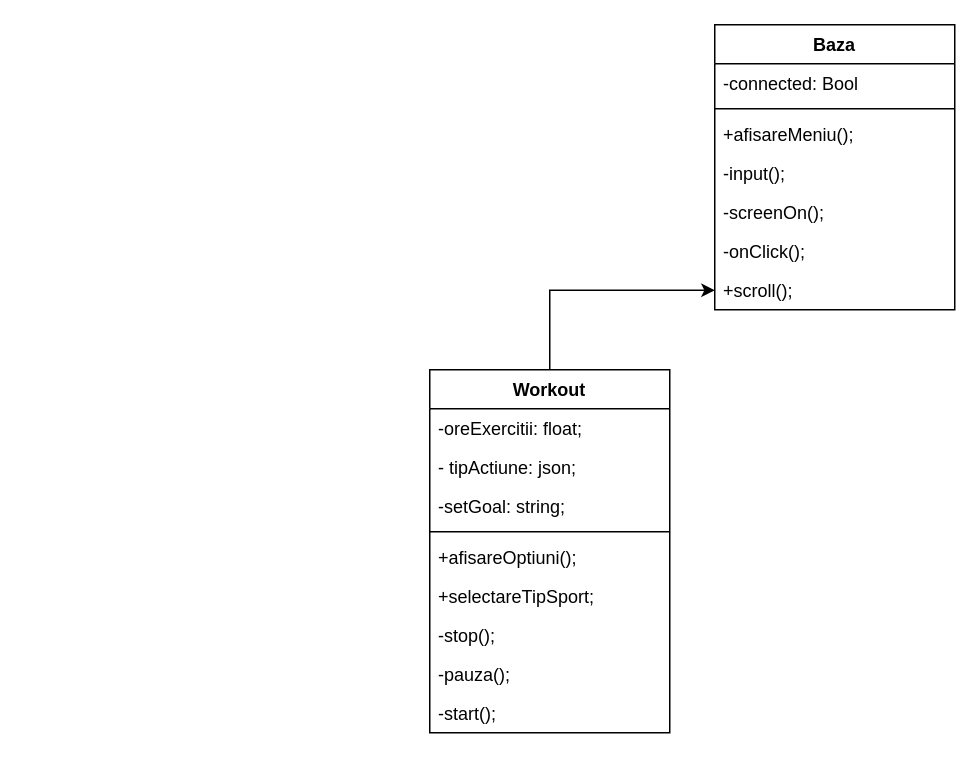
This is Laboratorul 5/Untitled Diagram.drawio from Viezurelezob/Ingineria-programelor, a draw.io file, before an edit. Source tidied: cells renumbered, new cells numbered last; positions are measured from the earlier drawing's top-left corner, leaving out a move shared by most shapes. Both pictures are drawn from the tidied source at 150%, with x=0, y=0 at pixel (429, 24).
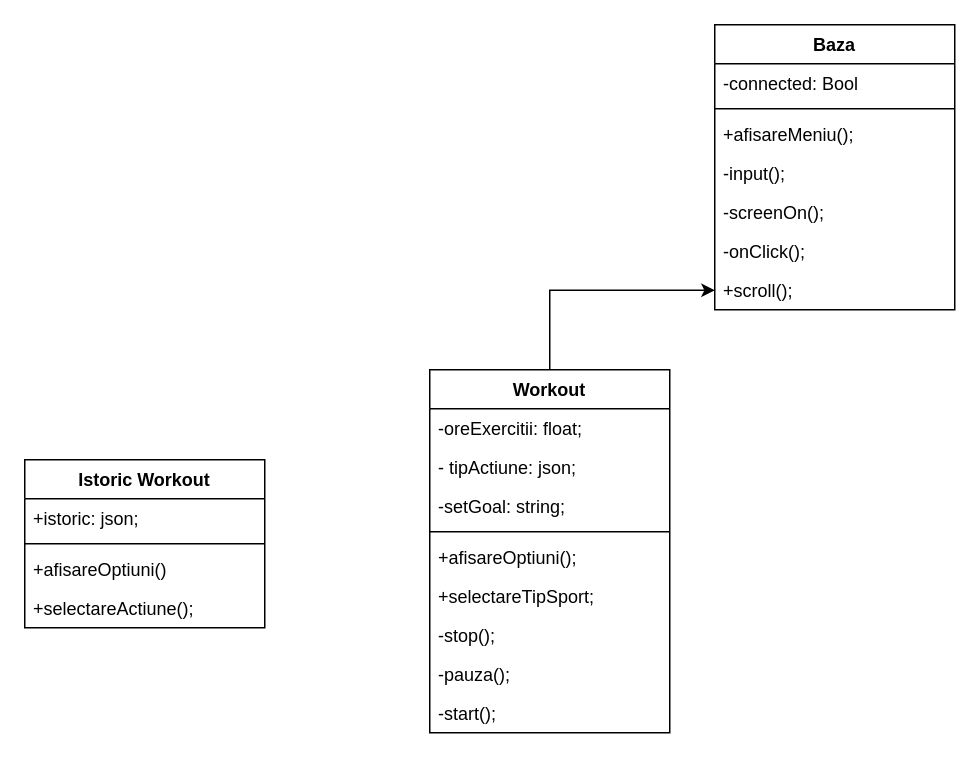
The same page after the edit.

What changed in the source:
```diff
@@
+    <mxCell id="21" value="Istoric Workout" style="swimlane;fontStyle=1;align=center;verticalAlign=top;horizontal=1;startSize=26;" parent="1" vertex="1">
+      <mxGeometry x="-270" y="290" width="160" height="112" as="geometry" />
+    </mxCell>
+    <mxCell id="22" value="+istoric: json;" style="text;strokeColor=none;fillColor=none;align=left;verticalAlign=top;spacingLeft=4;spacingRight=4;overflow=hidden;" parent="21" vertex="1">
+      <mxGeometry y="26" width="160" height="26" as="geometry" />
+    </mxCell>
+    <mxCell id="23" style="line;strokeWidth=1;fillColor=none;align=left;verticalAlign=middle;spacingTop=-1;spacingLeft=3;spacingRight=3;labelPosition=right;" parent="21" vertex="1">
+      <mxGeometry y="52" width="160" height="8" as="geometry" />
+    </mxCell>
+    <mxCell id="24" value="+afisareOptiuni()" style="text;strokeColor=none;fillColor=none;align=left;verticalAlign=top;spacingLeft=4;spacingRight=4;overflow=hidden;" parent="21" vertex="1">
+      <mxGeometry y="60" width="160" height="26" as="geometry" />
+    </mxCell>
+    <mxCell id="25" value="+selectareActiune();" style="text;strokeColor=none;fillColor=none;align=left;verticalAlign=top;spacingLeft=4;spacingRight=4;overflow=hidden;" parent="21" vertex="1">
+      <mxGeometry y="86" width="160" height="26" as="geometry" />
+    </mxCell>
```
